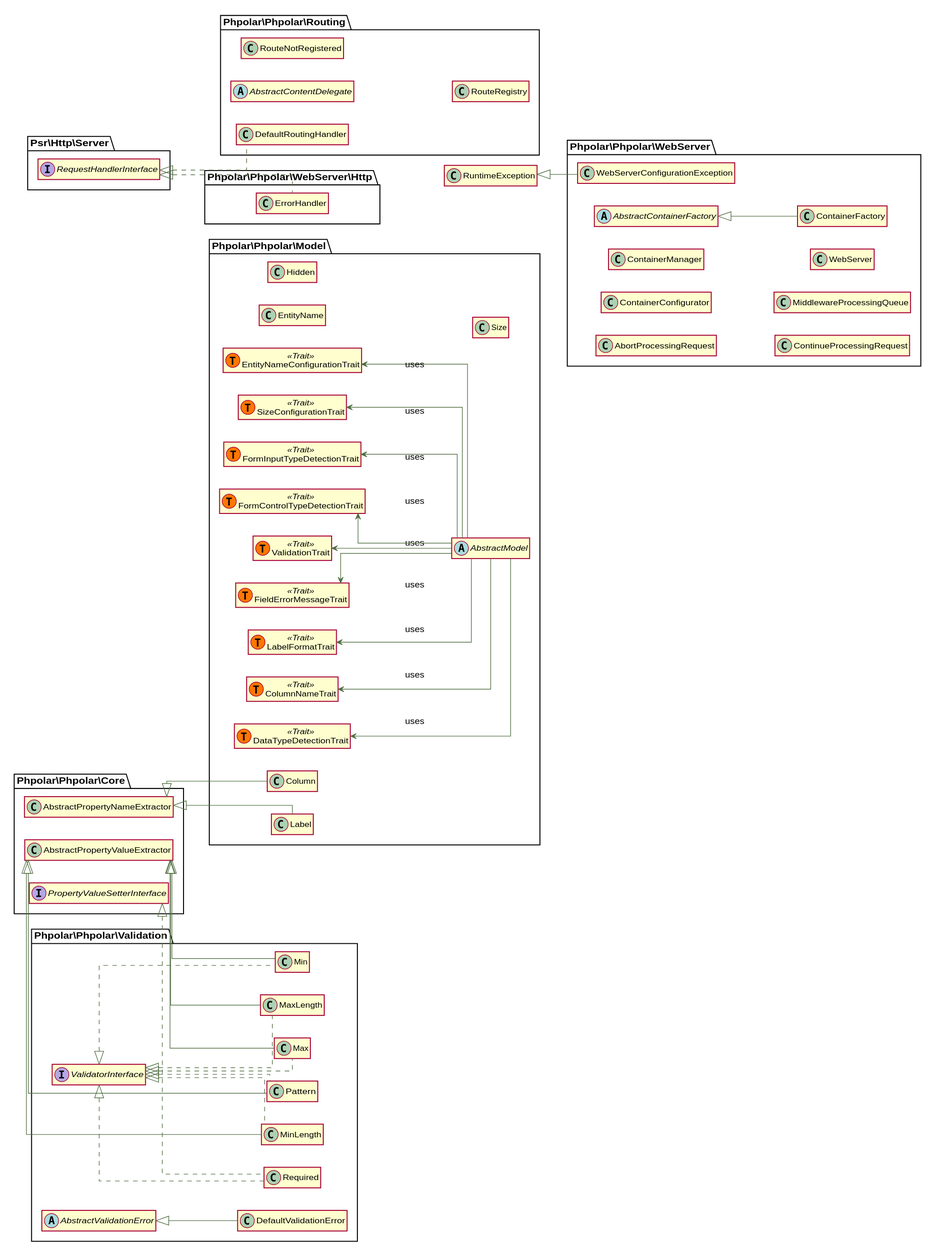
This is docs/graphs/classes.svg from phpolar/phpolar, a PlantUML export, as it was before one commit.
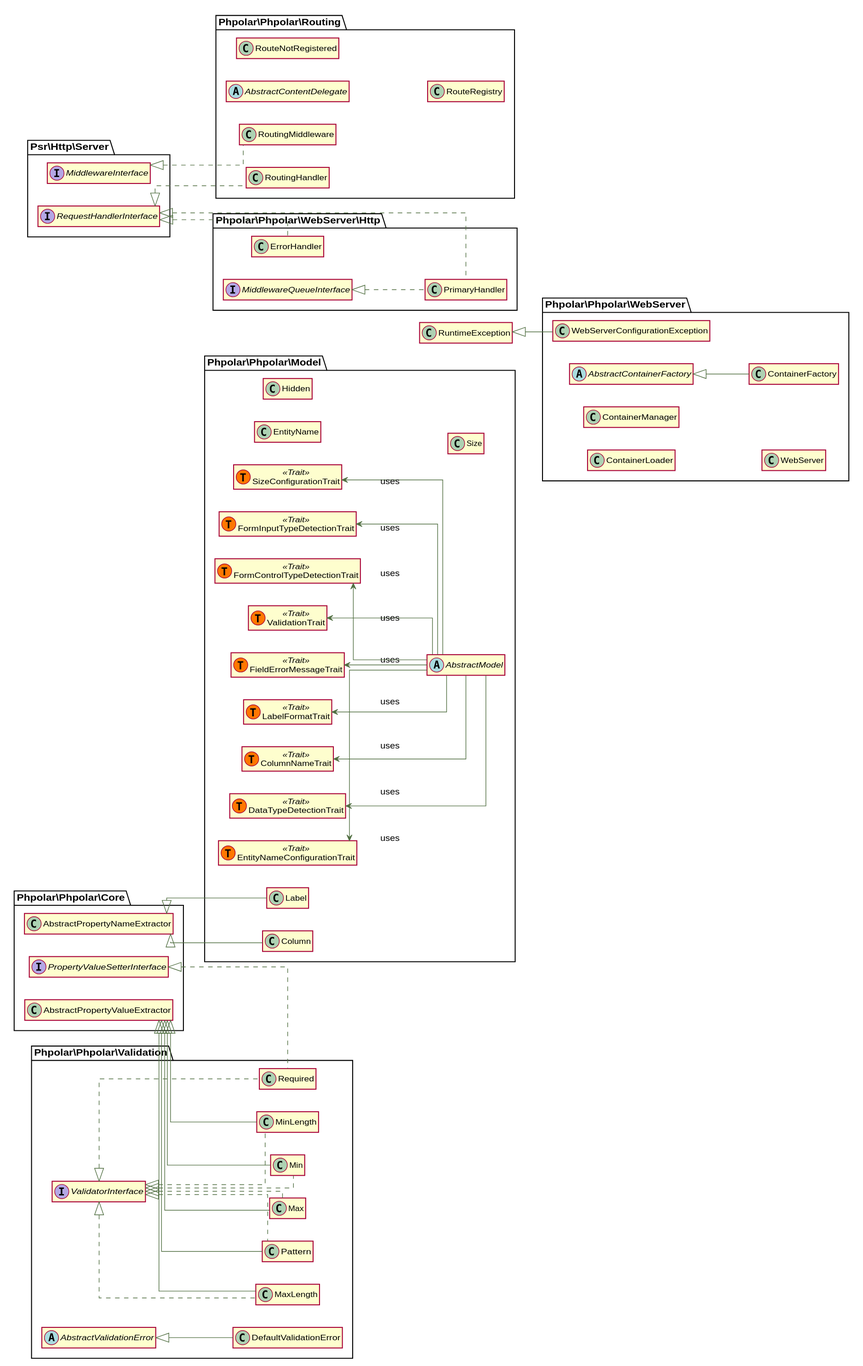
After the change.

Diff of the diagram source:
```diff
@@ -70,13 +70,16 @@
 abstract class \\Phpolar\\Phpolar\\Routing\\AbstractContentDelegate {
 }
 
-class \\Phpolar\\Phpolar\\Routing\\DefaultRoutingHandler implements \\Psr\\Http\\Server\\RequestHandlerInterface {
-}
-
 class \\Phpolar\\Phpolar\\Routing\\RouteNotRegistered {
 }
 
 class \\Phpolar\\Phpolar\\Routing\\RouteRegistry {
+}
+
+class \\Phpolar\\Phpolar\\Routing\\RoutingHandler implements \\Psr\\Http\\Server\\RequestHandlerInterface {
+}
+
+class \\Phpolar\\Phpolar\\Routing\\RoutingMiddleware implements \\Psr\\Http\\Server\\MiddlewareInterface {
 }
 
 abstract class \\Phpolar\\Phpolar\\Validation\\AbstractValidationError {
@@ -106,25 +109,16 @@
 interface \\Phpolar\\Phpolar\\Validation\\ValidatorInterface {
 }
 
-class \\Phpolar\\Phpolar\\WebServer\\AbortProcessingRequest {
-}
-
 abstract class \\Phpolar\\Phpolar\\WebServer\\AbstractContainerFactory {
-}
-
-class \\Phpolar\\Phpolar\\WebServer\\ContainerConfigurator {
 }
 
 class \\Phpolar\\Phpolar\\WebServer\\ContainerFactory extends \\Phpolar\\Phpolar\\WebServer\\AbstractContainerFactory {
 }
 
-class \\Phpolar\\Phpolar\\WebServer\\ContainerManager {
+class \\Phpolar\\Phpolar\\WebServer\\ContainerLoader {
 }
 
-class \\Phpolar\\Phpolar\\WebServer\\ContinueProcessingRequest {
-}
-
-class \\Phpolar\\Phpolar\\WebServer\\MiddlewareProcessingQueue {
+class \\Phpolar\\Phpolar\\WebServer\\ContainerManager {
 }
 
 class \\Phpolar\\Phpolar\\WebServer\\WebServer {
@@ -136,4 +130,10 @@
 class \\Phpolar\\Phpolar\\WebServer\\Http\\ErrorHandler implements \\Psr\\Http\\Server\\RequestHandlerInterface {
 }
 
+class \\Phpolar\\Phpolar\\WebServer\\Http\\PrimaryHandler implements \\Psr\\Http\\Server\\RequestHandlerInterface,\\Phpolar\\Phpolar\\WebServer\\Http\\MiddlewareQueueInterface {
+}
+
+interface \\Phpolar\\Phpolar\\WebServer\\Http\\MiddlewareQueueInterface {
+}
+
 @enduml
```
